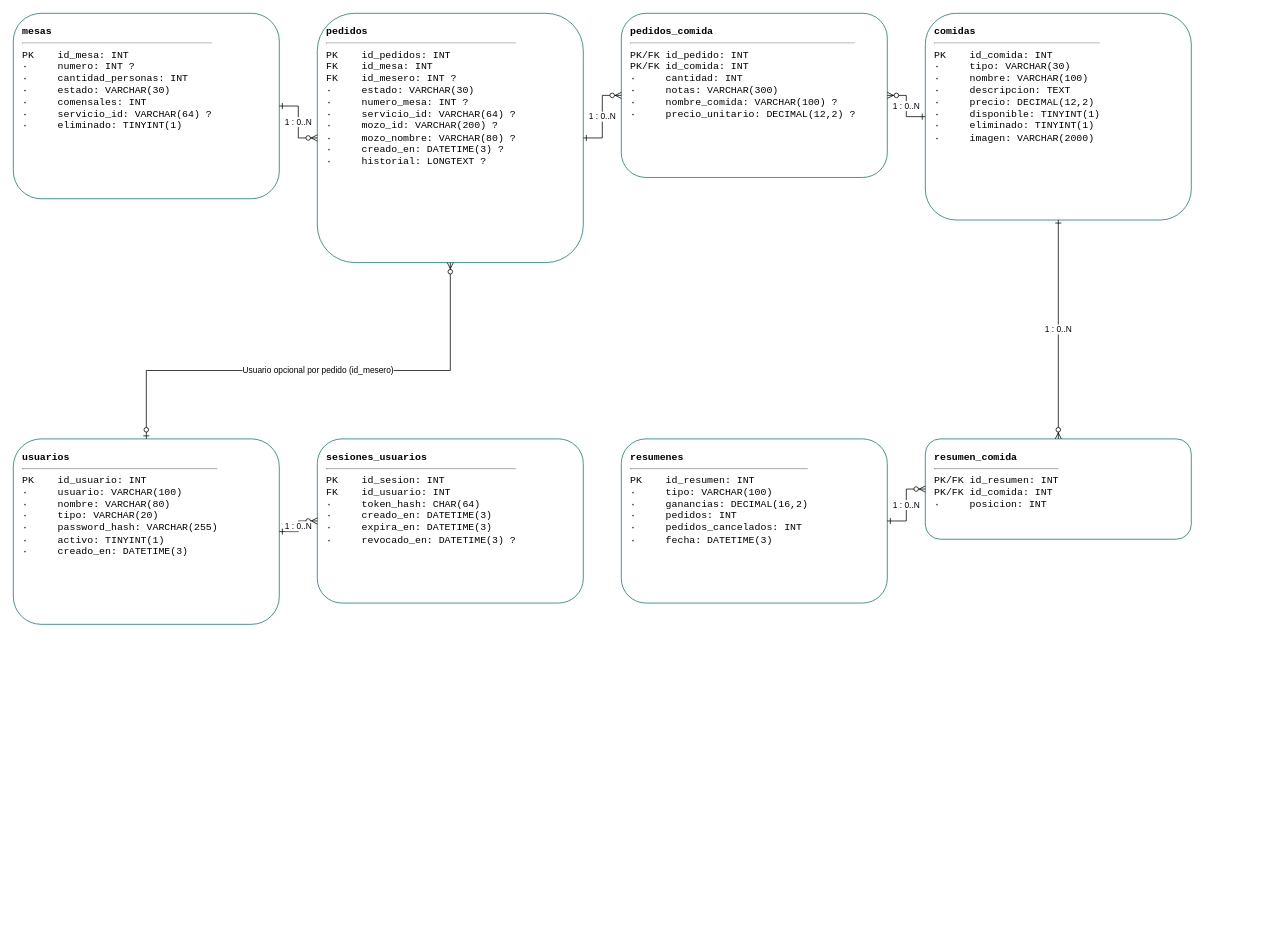
Before: frontend/database/diagrama.drawio in Elias-Manuel-Santiago/Proyecto-Restaurante, a draw.io diagram. Source tidied: cells renumbered, new cells numbered last; positions are measured from the earlier drawing's top-left corner, leaving out a move shared by most shapes. Both pictures are drawn from the tidied source at 76%, with x=0, y=0 at pixel (13, 13).
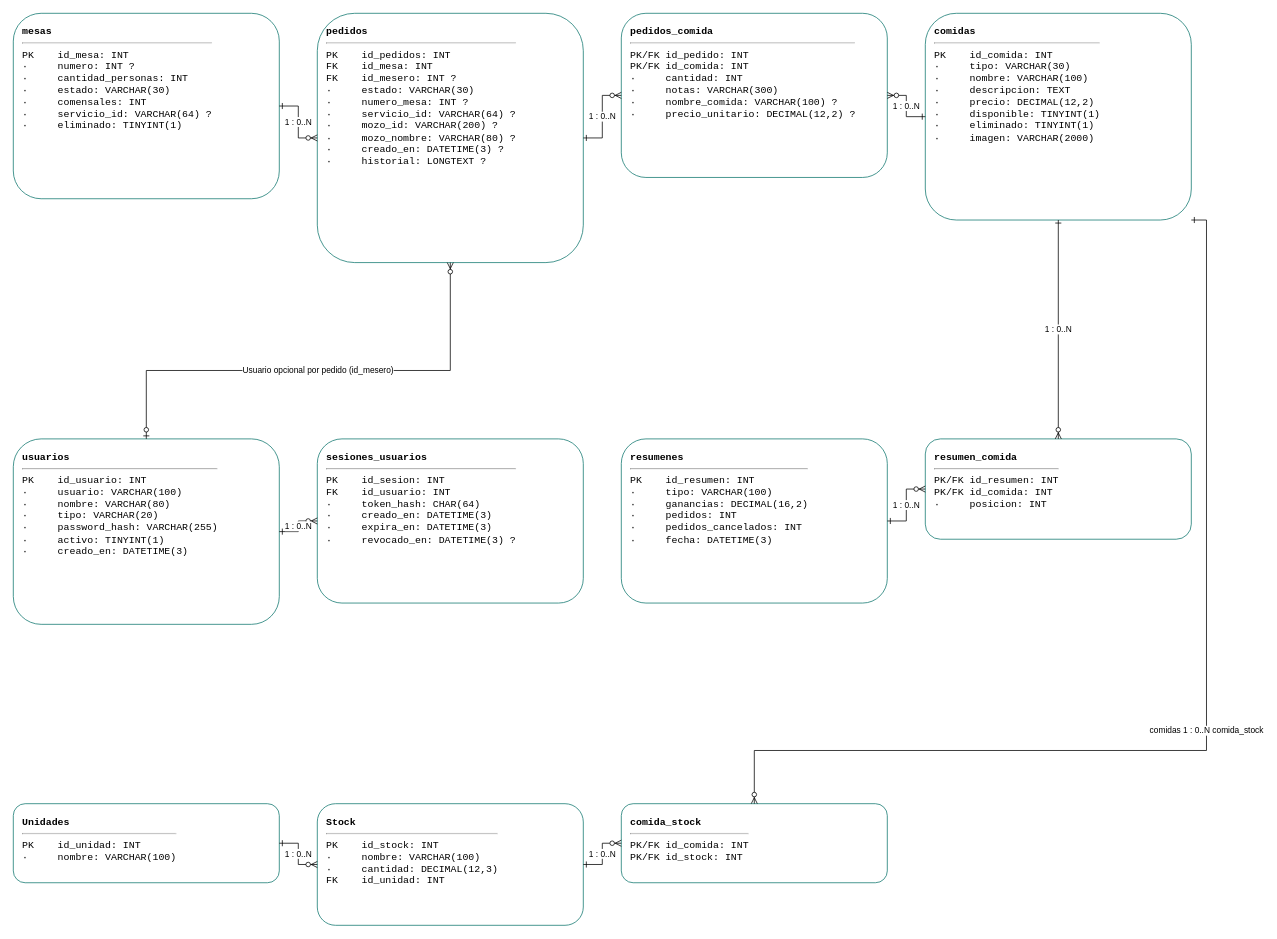
The same page after the edit.

Commit message (it also covers changes not shown here):
Documentar el inventario y actualizar el diagrama de la base

The change refers to these unchanged cells:
```xml
<mxCell id="5" value="&lt;b&gt;comidas&lt;/b&gt;&lt;hr/&gt;PK&amp;nbsp;&amp;nbsp;&amp;nbsp;&amp;nbsp;id_comida:&amp;nbsp;INT&lt;br/&gt;·&amp;nbsp;&amp;nbsp;&amp;nbsp;&amp;nbsp;&amp;nbsp;tipo:&amp;nbsp;VARCHAR(30)&lt;br/&gt;·&amp;nbsp;&amp;nbsp;&amp;nbsp;&amp;nbsp;&amp;nbsp;nombre:&amp;nbsp;VARCHAR(100)&lt;br/&gt;·&amp;nbsp;&amp;nbsp;&amp;nbsp;&amp;nbsp;&amp;nbsp;descripcion:&amp;nbsp;TEXT&lt;br/&gt;·&amp;nbsp;&amp;nbsp;&amp;nbsp;&amp;nbsp;&amp;nbsp;precio:&amp;nbsp;DECIMAL(12,2)&lt;br/&gt;·&amp;nbsp;&amp;nbsp;&amp;nbsp;&amp;nbsp;&amp;nbsp;disponible:&amp;nbsp;TINYINT(1)&lt;br/&gt;·&amp;nbsp;&amp;nbsp;&amp;nbsp;&amp;nbsp;&amp;nbsp;eliminado:&amp;nbsp;TINYINT(1)&lt;br/&gt;·&amp;nbsp;&amp;nbsp;&amp;nbsp;&amp;nbsp;&amp;nbsp;imagen:&amp;nbsp;VARCHAR(2000)" style="rounded=1;whiteSpace=wrap;html=1;align=left;verticalAlign=top;spacing=12;fontFamily=Consolas;fontSize=13;fillColor=#ffffff;strokeColor=#0f766e;" parent="1" vertex="1">
  <mxGeometry x="1200" width="350" height="272" as="geometry" />
</mxCell>
```

Change to the diagram source:
```diff
@@
+    <mxCell id="17" value="&lt;b&gt;Unidades&lt;/b&gt;&lt;hr/&gt;PK&amp;nbsp;&amp;nbsp;&amp;nbsp;&amp;nbsp;id_unidad:&amp;nbsp;INT&lt;br/&gt;·&amp;nbsp;&amp;nbsp;&amp;nbsp;&amp;nbsp;&amp;nbsp;nombre:&amp;nbsp;VARCHAR(100)" style="rounded=1;whiteSpace=wrap;html=1;align=left;verticalAlign=top;spacing=12;fontFamily=Consolas;fontSize=13;fillColor=#ffffff;strokeColor=#0f766e;" parent="1" vertex="1">
+      <mxGeometry y="1040" width="350" height="104" as="geometry" />
+    </mxCell>
+    <mxCell id="18" value="&lt;b&gt;Stock&lt;/b&gt;&lt;hr/&gt;PK&amp;nbsp;&amp;nbsp;&amp;nbsp;&amp;nbsp;id_stock:&amp;nbsp;INT&lt;br/&gt;·&amp;nbsp;&amp;nbsp;&amp;nbsp;&amp;nbsp;&amp;nbsp;nombre:&amp;nbsp;VARCHAR(100)&lt;br/&gt;·&amp;nbsp;&amp;nbsp;&amp;nbsp;&amp;nbsp;&amp;nbsp;cantidad:&amp;nbsp;DECIMAL(12,3)&lt;br/&gt;FK&amp;nbsp;&amp;nbsp;&amp;nbsp;&amp;nbsp;id_unidad:&amp;nbsp;INT" style="rounded=1;whiteSpace=wrap;html=1;align=left;verticalAlign=top;spacing=12;fontFamily=Consolas;fontSize=13;fillColor=#ffffff;strokeColor=#0f766e;" parent="1" vertex="1">
+      <mxGeometry x="400" y="1040" width="350" height="160" as="geometry" />
+    </mxCell>
+    <mxCell id="19" value="&lt;b&gt;comida_stock&lt;/b&gt;&lt;hr/&gt;PK/FK&amp;nbsp;id_comida:&amp;nbsp;INT&lt;br/&gt;PK/FK&amp;nbsp;id_stock:&amp;nbsp;INT" style="rounded=1;whiteSpace=wrap;html=1;align=left;verticalAlign=top;spacing=12;fontFamily=Consolas;fontSize=13;fillColor=#ffffff;strokeColor=#0f766e;" parent="1" vertex="1">
+      <mxGeometry x="800" y="1040" width="350" height="104" as="geometry" />
+    </mxCell>
@@
+    <mxCell id="20" value="1 : 0..N" style="edgeStyle=orthogonalEdgeStyle;rounded=0;html=1;startArrow=ERone;endArrow=ERzeroToMany;fontSize=11;" parent="1" edge="1" source="17" target="18">
+      <mxGeometry relative="1" as="geometry" />
+    </mxCell>
+    <mxCell id="21" value="1 : 0..N" style="edgeStyle=orthogonalEdgeStyle;rounded=0;html=1;startArrow=ERone;endArrow=ERzeroToMany;fontSize=11;" parent="1" edge="1" source="18" target="19">
+      <mxGeometry relative="1" as="geometry" />
+    </mxCell>
+    <mxCell id="22" value="comidas 1 : 0..N comida_stock" style="edgeStyle=orthogonalEdgeStyle;rounded=0;html=1;startArrow=ERone;endArrow=ERzeroToMany;fontSize=11;" parent="1" edge="1" source="5" target="19">
+      <mxGeometry relative="1" as="geometry">
+        <Array as="points">
+          <mxPoint x="1570" y="272" />
+          <mxPoint x="1570" y="970" />
+          <mxPoint x="975" y="970" />
+        </Array>
+      </mxGeometry>
+    </mxCell>
```
